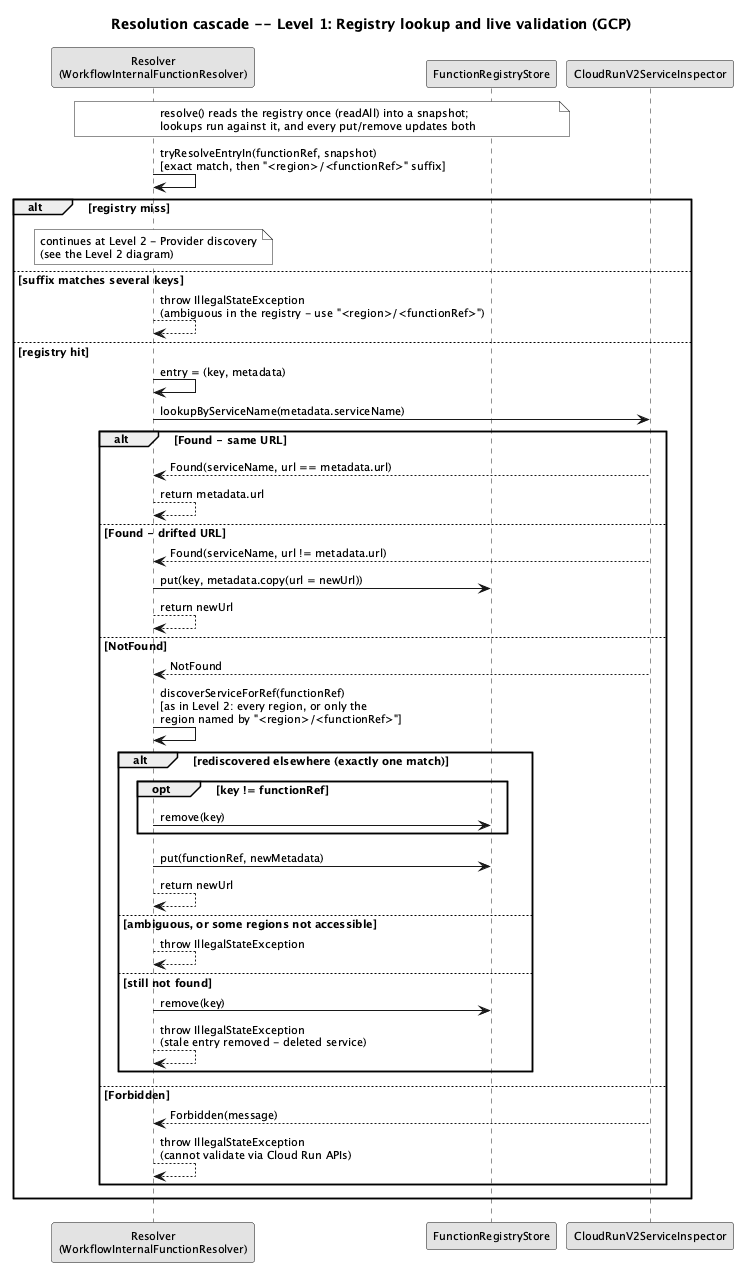
The PlantUML diagram dissertation/images/implementation/resolution-cascade-level1-gcp.png in EngenheiroPedroCarvalho/ISEL-Thesis-2526, before a commit. Its diagram source:
```plantuml
@startuml resolution-cascade-level1-gcp
skinparam monochrome true
skinparam shadowing false
skinparam defaultFontSize 11
title Resolution cascade -- Level 1: Registry lookup and live validation (GCP)

participant "Resolver\n(WorkflowInternalFunctionResolver)" as R
participant "FunctionRegistryStore" as REG
participant "CloudRunV2ServiceInspector" as GI

note over R, REG
  resolve() reads the registry once (readAll) into a snapshot;
  lookups run against it, and every put/remove updates both
end note
R -> R : tryResolveEntryIn(functionRef, snapshot)\n[exact match, then "<region>/<functionRef>" suffix]
alt registry miss
  note over R
    continues at Level 2 - Provider discovery
    (see the Level 2 diagram)
  end note
else suffix matches several keys
  R --> R : throw IllegalStateException\n(ambiguous in the registry - use "<region>/<functionRef>")
else registry hit
  R -> R : entry = (key, metadata)

  R -> GI : lookupByServiceName(metadata.serviceName)
  alt Found - same URL
    GI --> R : Found(serviceName, url == metadata.url)
    R --> R : return metadata.url
  else Found - drifted URL
    GI --> R : Found(serviceName, url != metadata.url)
    R -> REG : put(key, metadata.copy(url = newUrl))
    R --> R : return newUrl
  else NotFound
    GI --> R : NotFound
    R -> R : discoverServiceForRef(functionRef)\n[as in Level 2: every region, or only the\nregion named by "<region>/<functionRef>"]
    alt rediscovered elsewhere (exactly one match)
      opt key != functionRef
        R -> REG : remove(key)
      end
      R -> REG : put(functionRef, newMetadata)
      R --> R : return newUrl
    else ambiguous, or some regions not accessible
      R --> R : throw IllegalStateException
    else still not found
      R -> REG : remove(key)
      R --> R : throw IllegalStateException\n(stale entry removed - deleted service)
    end
  else Forbidden
    GI --> R : Forbidden(message)
    R --> R : throw IllegalStateException\n(cannot validate via Cloud Run APIs)
  end
end
@enduml
```
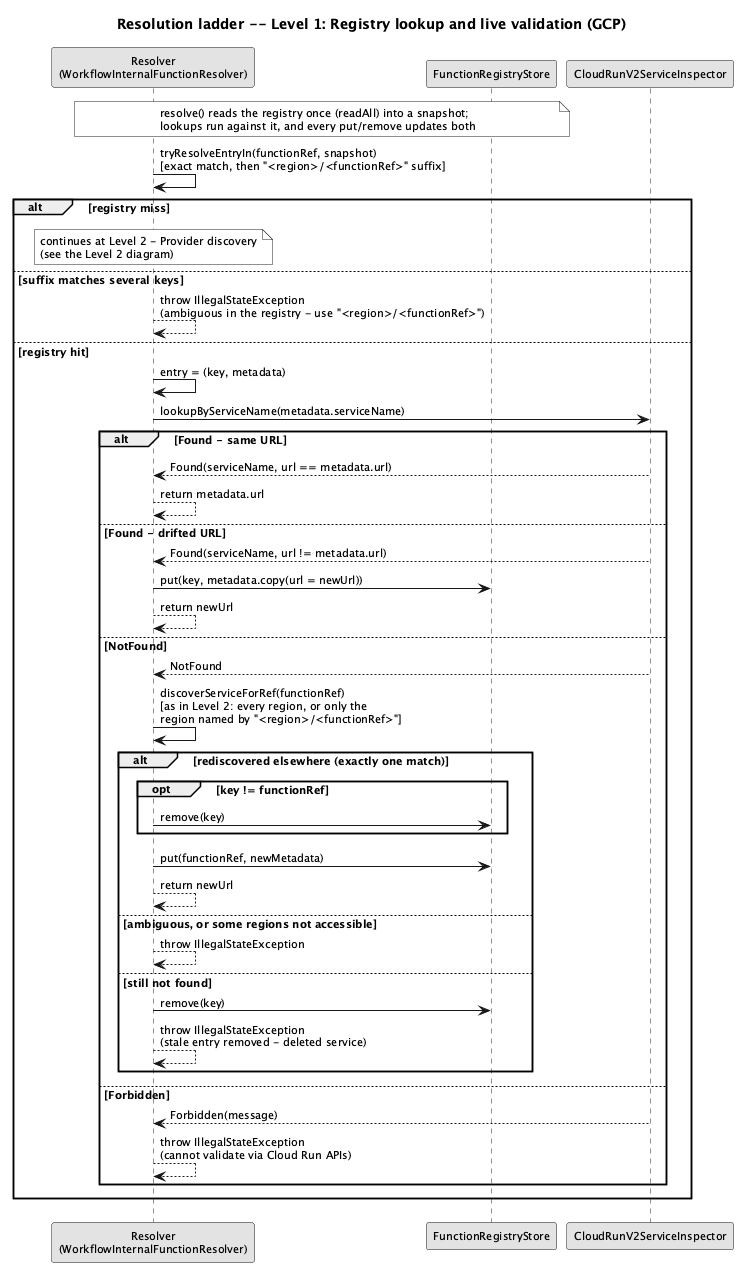
The same file after the commit.

The edit, as a diff of the source:
```diff
@@ -2,7 +2,7 @@
 skinparam monochrome true
 skinparam shadowing false
 skinparam defaultFontSize 11
-title Resolution cascade -- Level 1: Registry lookup and live validation (GCP)
+title Resolution ladder -- Level 1: Registry lookup and live validation (GCP)
 
 participant "Resolver\n(WorkflowInternalFunctionResolver)" as R
 participant "FunctionRegistryStore" as REG
```
